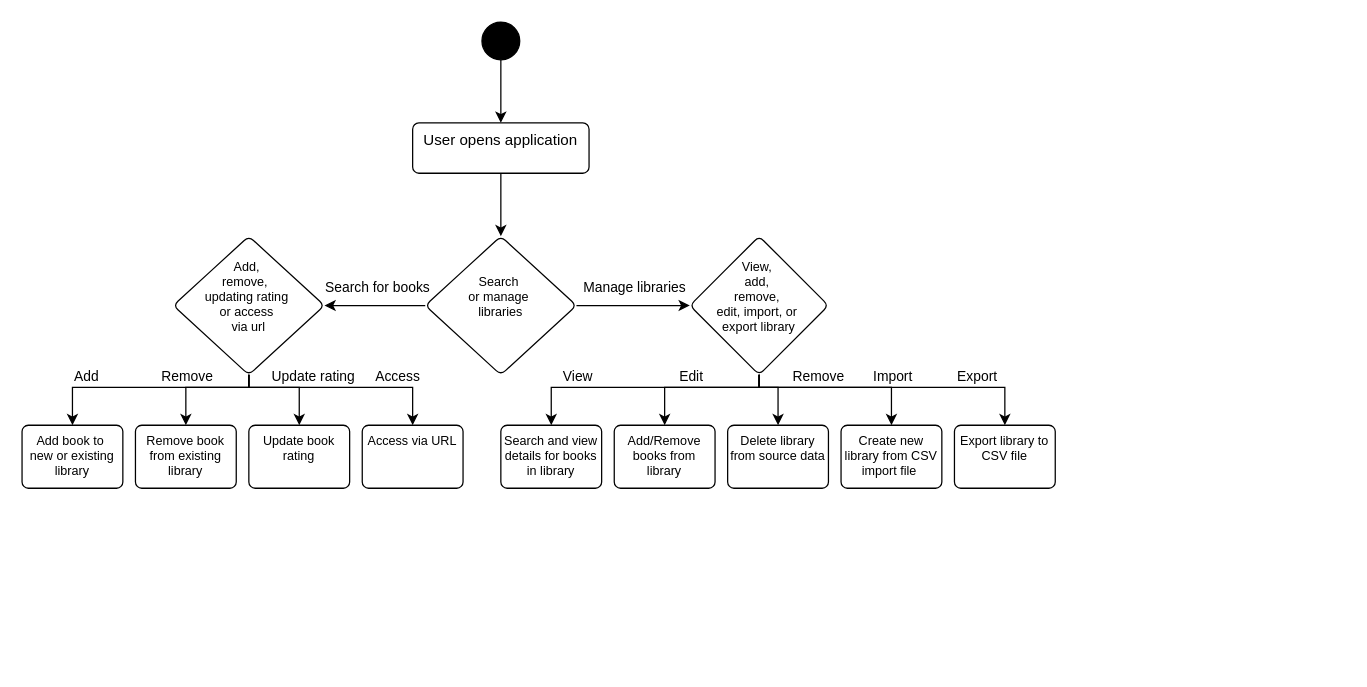
The draw.io diagram documents/ActivityDiagram.drawio in jackeinbinder01/VirtualLibrary, before the edit. Source tidied: cells renumbered, new cells numbered last; positions are measured from the earlier drawing's top-left corner, leaving out a move shared by most shapes. Both pictures are drawn from the tidied source at 126%, with x=0, y=0 at pixel (21, 21).
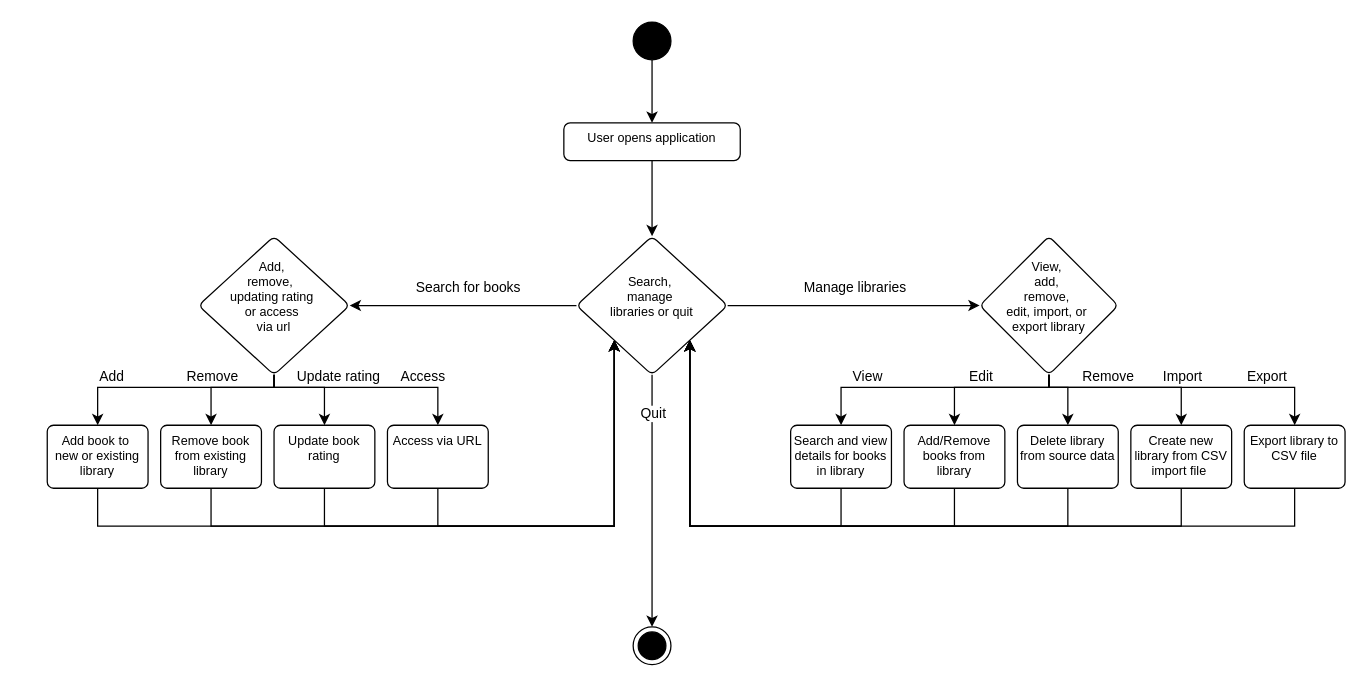
Above is the later version.

Commit message (it also covers changes not shown here):
Activity diagram updated

What changed in the source:
```diff
@@
     <mxCell id="3" style="ellipse;fillColor=strokeColor;html=1;" parent="1" vertex="1">
-      <mxGeometry x="365" width="30" height="30" as="geometry" />
+      <mxGeometry x="485" width="30" height="30" as="geometry" />
     </mxCell>
@@
-    <mxCell id="5" value="User opens application" style="html=1;align=center;verticalAlign=top;rounded=1;absoluteArcSize=1;arcSize=10;dashed=0;whiteSpace=wrap;" parent="1" vertex="1">
-      <mxGeometry x="310" y="80" width="140" height="40" as="geometry" />
+    <mxCell id="5" value="User opens application" style="html=1;align=center;verticalAlign=top;rounded=1;absoluteArcSize=1;arcSize=10;dashed=0;whiteSpace=wrap;fontSize=10;" parent="1" vertex="1">
+      <mxGeometry x="430" y="80" width="140" height="30" as="geometry" />
     </mxCell>
-    <mxCell id="6" style="edgeStyle=orthogonalEdgeStyle;rounded=0;jettySize=auto;html=1;" parent="1" edge="1" source="10" target="22">
+    <mxCell id="6" style="edgeStyle=orthogonalEdgeStyle;rounded=0;jettySize=auto;html=1;exitX=1;exitY=0.5;exitDx=0;exitDy=0;" parent="1" edge="1" source="10" target="22">
       <mxGeometry relative="1" as="geometry" />
     </mxCell>
@@
-    <mxCell id="8" style="edgeStyle=orthogonalEdgeStyle;rounded=0;jettySize=auto;html=1;" parent="1" edge="1" source="10" target="36">
+    <mxCell id="8" style="edgeStyle=orthogonalEdgeStyle;rounded=0;jettySize=auto;html=1;exitX=0;exitY=0.5;exitDx=0;exitDy=0;" parent="1" edge="1" source="10" target="36">
       <mxGeometry relative="1" as="geometry" />
     </mxCell>
@@
+    <mxCell id="41" style="edgeStyle=orthogonalEdgeStyle;rounded=0;jettySize=auto;html=1;" parent="1" edge="1" source="10">
+      <mxGeometry relative="1" as="geometry">
+        <mxPoint x="500" y="480" as="targetPoint" />
+      </mxGeometry>
+    </mxCell>
+    <mxCell id="42" value="Quit" style="edgeLabel;html=1;align=center;verticalAlign=middle;" parent="41" vertex="1">
+      <mxGeometry x="0.43" y="1" relative="1" as="geometry">
+        <mxPoint x="-1" y="-112" as="offset" />
+      </mxGeometry>
+    </mxCell>
-    <mxCell id="10" value="&lt;div style=&quot;font-size: 10px;&quot;&gt;&lt;br style=&quot;font-size: 10px;&quot;&gt;&lt;/div&gt;&lt;div&gt;&lt;br&gt;&lt;/div&gt;&lt;div&gt;&lt;span style=&quot;background-color: initial;&quot;&gt;Search&amp;nbsp;&lt;/span&gt;&lt;br&gt;&lt;/div&gt;&lt;div style=&quot;font-size: 10px;&quot;&gt;or manage&amp;nbsp;&lt;/div&gt;&lt;div style=&quot;font-size: 10px;&quot;&gt;libraries&lt;/div&gt;" style="rhombus;whiteSpace=wrap;html=1;verticalAlign=top;rounded=1;arcSize=10;dashed=0;fontSize=10;" parent="1" vertex="1">
-      <mxGeometry x="320" y="170" width="120" height="110" as="geometry" />
+    <mxCell id="10" value="&lt;div style=&quot;font-size: 10px;&quot;&gt;&lt;br style=&quot;font-size: 10px;&quot;&gt;&lt;/div&gt;&lt;div&gt;&lt;br&gt;&lt;/div&gt;&lt;div&gt;Search,&amp;nbsp;&lt;/div&gt;&lt;div&gt;manage&amp;nbsp;&lt;/div&gt;&lt;div&gt;libraries or quit&lt;/div&gt;" style="rhombus;whiteSpace=wrap;html=1;verticalAlign=top;rounded=1;arcSize=10;dashed=0;fontSize=10;" parent="1" vertex="1">
+      <mxGeometry x="440" y="170" width="120" height="110" as="geometry" />
     </mxCell>
     <mxCell id="11" style="edgeStyle=orthogonalEdgeStyle;rounded=0;orthogonalLoop=1;jettySize=auto;html=1;" parent="1" edge="1">
       <mxGeometry relative="1" as="geometry">
-        <mxPoint x="180" y="255" as="sourcePoint" />
-        <mxPoint x="180" y="270" as="targetPoint" />
+        <mxPoint x="200" y="255" as="sourcePoint" />
+        <mxPoint x="200" y="270" as="targetPoint" />
       </mxGeometry>
     </mxCell>
     <mxCell id="12" style="edgeStyle=orthogonalEdgeStyle;rounded=0;jettySize=auto;html=1;" parent="1" edge="1" source="22" target="23">
       <mxGeometry relative="1" as="geometry">
         <Array as="points">
-          <mxPoint x="585" y="290" />
-          <mxPoint x="420" y="290" />
+          <mxPoint x="815" y="290" />
+          <mxPoint x="650" y="290" />
         </Array>
       </mxGeometry>
     </mxCell>
@@
     <mxCell id="14" style="edgeStyle=orthogonalEdgeStyle;rounded=0;jettySize=auto;html=1;entryX=0.5;entryY=0;entryDx=0;entryDy=0;" parent="1" edge="1" source="22" target="24">
       <mxGeometry relative="1" as="geometry">
         <Array as="points">
-          <mxPoint x="585" y="290" />
-          <mxPoint x="510" y="290" />
+          <mxPoint x="815" y="290" />
+          <mxPoint x="740" y="290" />
         </Array>
       </mxGeometry>
     </mxCell>
@@
     <mxCell id="16" style="edgeStyle=orthogonalEdgeStyle;rounded=0;jettySize=auto;html=1;entryX=0.5;entryY=0;entryDx=0;entryDy=0;" parent="1" edge="1" source="22" target="25">
       <mxGeometry relative="1" as="geometry">
         <Array as="points">
-          <mxPoint x="585" y="290" />
-          <mxPoint x="600" y="290" />
+          <mxPoint x="815" y="290" />
+          <mxPoint x="830" y="290" />
         </Array>
       </mxGeometry>
     </mxCell>
     <mxCell id="17" style="edgeStyle=orthogonalEdgeStyle;rounded=0;jettySize=auto;html=1;entryX=0.5;entryY=0;entryDx=0;entryDy=0;" parent="1" edge="1" source="22" target="26">
       <mxGeometry relative="1" as="geometry">
         <Array as="points">
-          <mxPoint x="585" y="290" />
-          <mxPoint x="690" y="290" />
+          <mxPoint x="815" y="290" />
+          <mxPoint x="920" y="290" />
         </Array>
       </mxGeometry>
     </mxCell>
     <mxCell id="18" style="edgeStyle=orthogonalEdgeStyle;rounded=0;jettySize=auto;html=1;entryX=0.5;entryY=0;entryDx=0;entryDy=0;" parent="1" edge="1" source="22" target="27">
       <mxGeometry relative="1" as="geometry">
         <Array as="points">
-          <mxPoint x="585" y="290" />
-          <mxPoint x="780" y="290" />
+          <mxPoint x="815" y="290" />
+          <mxPoint x="1010" y="290" />
         </Array>
       </mxGeometry>
     </mxCell>
@@
     <mxCell id="22" value="&lt;div&gt;&lt;br&gt;&lt;/div&gt;View,&amp;nbsp;&lt;div&gt;add,&amp;nbsp;&lt;/div&gt;&lt;div&gt;remove,&amp;nbsp;&lt;/div&gt;&lt;div&gt;edit, import, or&amp;nbsp;&lt;/div&gt;&lt;div&gt;export library&lt;/div&gt;" style="rhombus;whiteSpace=wrap;html=1;fontSize=10;verticalAlign=top;rounded=1;arcSize=10;dashed=0;" parent="1" vertex="1">
-      <mxGeometry x="530" y="170" width="110" height="110" as="geometry" />
+      <mxGeometry x="760" y="170" width="110" height="110" as="geometry" />
     </mxCell>
+    <mxCell id="43" style="edgeStyle=orthogonalEdgeStyle;rounded=0;jettySize=auto;html=1;entryX=1;entryY=1;entryDx=0;entryDy=0;" parent="1" edge="1" source="23" target="10">
+      <mxGeometry relative="1" as="geometry">
+        <Array as="points">
+          <mxPoint x="650" y="400" />
+          <mxPoint x="530" y="400" />
+        </Array>
+      </mxGeometry>
+    </mxCell>
     <mxCell id="23" value="Search and view details for books in library" style="whiteSpace=wrap;html=1;fontSize=10;verticalAlign=top;rounded=1;arcSize=10;dashed=0;" parent="1" vertex="1">
-      <mxGeometry x="380" y="320" width="80" height="50" as="geometry" />
+      <mxGeometry x="610" y="320" width="80" height="50" as="geometry" />
     </mxCell>
+    <mxCell id="44" style="edgeStyle=orthogonalEdgeStyle;rounded=0;jettySize=auto;html=1;entryX=1;entryY=1;entryDx=0;entryDy=0;" parent="1" edge="1" source="24" target="10">
+      <mxGeometry relative="1" as="geometry">
+        <Array as="points">
+          <mxPoint x="740" y="400" />
+          <mxPoint x="530" y="400" />
+        </Array>
+      </mxGeometry>
+    </mxCell>
     <mxCell id="24" value="Add/Remove books from library" style="whiteSpace=wrap;html=1;fontSize=10;verticalAlign=top;rounded=1;arcSize=10;dashed=0;" parent="1" vertex="1">
-      <mxGeometry x="470" y="320" width="80" height="50" as="geometry" />
+      <mxGeometry x="700" y="320" width="80" height="50" as="geometry" />
     </mxCell>
+    <mxCell id="45" style="edgeStyle=orthogonalEdgeStyle;rounded=0;jettySize=auto;html=1;entryX=1;entryY=1;entryDx=0;entryDy=0;" parent="1" edge="1" source="25" target="10">
+      <mxGeometry relative="1" as="geometry">
+        <Array as="points">
+          <mxPoint x="830" y="400" />
+          <mxPoint x="530" y="400" />
+        </Array>
+      </mxGeometry>
+    </mxCell>
     <mxCell id="25" value="Delete library from source data" style="whiteSpace=wrap;html=1;fontSize=10;verticalAlign=top;rounded=1;arcSize=10;dashed=0;" parent="1" vertex="1">
-      <mxGeometry x="560" y="320" width="80" height="50" as="geometry" />
+      <mxGeometry x="790" y="320" width="80" height="50" as="geometry" />
     </mxCell>
+    <mxCell id="46" style="edgeStyle=orthogonalEdgeStyle;rounded=0;jettySize=auto;html=1;entryX=1;entryY=1;entryDx=0;entryDy=0;" parent="1" edge="1" source="26" target="10">
+      <mxGeometry relative="1" as="geometry">
+        <Array as="points">
+          <mxPoint x="920" y="400" />
+          <mxPoint x="530" y="400" />
+        </Array>
+      </mxGeometry>
+    </mxCell>
     <mxCell id="26" value="Create new library from CSV import file&amp;nbsp;" style="whiteSpace=wrap;html=1;fontSize=10;verticalAlign=top;rounded=1;arcSize=10;dashed=0;" parent="1" vertex="1">
-      <mxGeometry x="650" y="320" width="80" height="50" as="geometry" />
+      <mxGeometry x="880" y="320" width="80" height="50" as="geometry" />
     </mxCell>
+    <mxCell id="47" style="edgeStyle=orthogonalEdgeStyle;rounded=0;jettySize=auto;html=1;entryX=1;entryY=1;entryDx=0;entryDy=0;" parent="1" edge="1" source="27" target="10">
+      <mxGeometry relative="1" as="geometry">
+        <Array as="points">
+          <mxPoint x="1010" y="400" />
+          <mxPoint x="530" y="400" />
+        </Array>
+      </mxGeometry>
+    </mxCell>
     <mxCell id="27" value="Export library to CSV file" style="whiteSpace=wrap;html=1;fontSize=10;verticalAlign=top;rounded=1;arcSize=10;dashed=0;" parent="1" vertex="1">
-      <mxGeometry x="740" y="320" width="80" height="50" as="geometry" />
+      <mxGeometry x="970" y="320" width="80" height="50" as="geometry" />
     </mxCell>
     <mxCell id="28" style="edgeStyle=orthogonalEdgeStyle;rounded=0;jettySize=auto;html=1;entryX=0.5;entryY=0;entryDx=0;entryDy=0;" parent="1" edge="1" source="36" target="37">
       <mxGeometry relative="1" as="geometry">
         <Array as="points">
-          <mxPoint x="180" y="290" />
-          <mxPoint x="40" y="290" />
+          <mxPoint x="200" y="290" />
+          <mxPoint x="60" y="290" />
         </Array>
       </mxGeometry>
     </mxCell>
@@
     <mxCell id="30" style="edgeStyle=orthogonalEdgeStyle;rounded=0;jettySize=auto;html=1;entryX=0.5;entryY=0;entryDx=0;entryDy=0;" parent="1" edge="1" source="36" target="38">
       <mxGeometry relative="1" as="geometry">
         <Array as="points">
-          <mxPoint x="180" y="290" />
-          <mxPoint x="130" y="290" />
+          <mxPoint x="200" y="290" />
+          <mxPoint x="150" y="290" />
         </Array>
       </mxGeometry>
     </mxCell>
@@
     <mxCell id="32" style="edgeStyle=orthogonalEdgeStyle;rounded=0;jettySize=auto;html=1;entryX=0.5;entryY=0;entryDx=0;entryDy=0;" parent="1" edge="1" source="36" target="39">
       <mxGeometry relative="1" as="geometry">
         <Array as="points">
-          <mxPoint x="180" y="290" />
-          <mxPoint x="220" y="290" />
+          <mxPoint x="200" y="290" />
+          <mxPoint x="240" y="290" />
         </Array>
       </mxGeometry>
     </mxCell>
     <mxCell id="33" style="edgeStyle=orthogonalEdgeStyle;rounded=0;jettySize=auto;html=1;entryX=0.5;entryY=0;entryDx=0;entryDy=0;" parent="1" edge="1" source="36" target="40">
       <mxGeometry relative="1" as="geometry">
         <Array as="points">
-          <mxPoint x="180" y="290" />
-          <mxPoint x="310" y="290" />
+          <mxPoint x="200" y="290" />
+          <mxPoint x="330" y="290" />
         </Array>
       </mxGeometry>
     </mxCell>
@@
     <mxCell id="36" value="&lt;div style=&quot;font-size: 10px;&quot;&gt;&lt;br&gt;&lt;/div&gt;&lt;div style=&quot;font-size: 10px;&quot;&gt;Add,&amp;nbsp;&lt;div&gt;remove,&amp;nbsp;&amp;nbsp;&lt;/div&gt;&lt;div&gt;&lt;span style=&quot;background-color: initial;&quot;&gt;updating rating&amp;nbsp;&lt;/span&gt;&lt;/div&gt;&lt;div&gt;&lt;span style=&quot;background-color: initial;&quot;&gt;or access&amp;nbsp;&lt;/span&gt;&lt;/div&gt;&lt;div&gt;&lt;span style=&quot;background-color: initial;&quot;&gt;via url&lt;/span&gt;&lt;/div&gt;&lt;/div&gt;" style="rhombus;whiteSpace=wrap;html=1;verticalAlign=top;rounded=1;arcSize=10;dashed=0;fontSize=10;" parent="1" vertex="1">
-      <mxGeometry x="120" y="170" width="120" height="110" as="geometry" />
+      <mxGeometry x="140" y="170" width="120" height="110" as="geometry" />
     </mxCell>
+    <mxCell id="48" style="edgeStyle=orthogonalEdgeStyle;rounded=0;jettySize=auto;html=1;entryX=0;entryY=1;entryDx=0;entryDy=0;" parent="1" edge="1" source="37" target="10">
+      <mxGeometry relative="1" as="geometry">
+        <Array as="points">
+          <mxPoint x="60" y="400" />
+          <mxPoint x="470" y="400" />
+        </Array>
+      </mxGeometry>
+    </mxCell>
     <mxCell id="37" value="Add book to&amp;nbsp;&lt;div&gt;new or existing library&lt;/div&gt;" style="whiteSpace=wrap;html=1;fontSize=10;verticalAlign=top;rounded=1;arcSize=10;dashed=0;" parent="1" vertex="1">
-      <mxGeometry y="320" width="80" height="50" as="geometry" />
+      <mxGeometry x="20" y="320" width="80" height="50" as="geometry" />
     </mxCell>
+    <mxCell id="49" style="edgeStyle=orthogonalEdgeStyle;rounded=0;jettySize=auto;html=1;entryX=0;entryY=1;entryDx=0;entryDy=0;" parent="1" edge="1" source="38" target="10">
+      <mxGeometry relative="1" as="geometry">
+        <Array as="points">
+          <mxPoint x="150" y="400" />
+          <mxPoint x="470" y="400" />
+        </Array>
+      </mxGeometry>
+    </mxCell>
     <mxCell id="38" value="Remove book from existing library" style="whiteSpace=wrap;html=1;fontSize=10;verticalAlign=top;rounded=1;arcSize=10;dashed=0;" parent="1" vertex="1">
-      <mxGeometry x="90" y="320" width="80" height="50" as="geometry" />
+      <mxGeometry x="110" y="320" width="80" height="50" as="geometry" />
     </mxCell>
+    <mxCell id="50" style="edgeStyle=orthogonalEdgeStyle;rounded=0;jettySize=auto;html=1;entryX=0;entryY=1;entryDx=0;entryDy=0;exitX=0.5;exitY=1;exitDx=0;exitDy=0;" parent="1" edge="1" source="39" target="10">
+      <mxGeometry relative="1" as="geometry">
+        <Array as="points">
+          <mxPoint x="240" y="400" />
+          <mxPoint x="470" y="400" />
+        </Array>
+      </mxGeometry>
+    </mxCell>
     <mxCell id="39" value="Update book rating" style="whiteSpace=wrap;html=1;fontSize=10;verticalAlign=top;rounded=1;arcSize=10;dashed=0;" parent="1" vertex="1">
-      <mxGeometry x="180" y="320" width="80" height="50" as="geometry" />
+      <mxGeometry x="200" y="320" width="80" height="50" as="geometry" />
     </mxCell>
+    <mxCell id="51" style="edgeStyle=orthogonalEdgeStyle;rounded=0;jettySize=auto;html=1;entryX=0;entryY=1;entryDx=0;entryDy=0;" parent="1" edge="1" source="40" target="10">
+      <mxGeometry relative="1" as="geometry">
+        <Array as="points">
+          <mxPoint x="330" y="400" />
+          <mxPoint x="470" y="400" />
+        </Array>
+      </mxGeometry>
+    </mxCell>
     <mxCell id="40" value="Access via URL" style="whiteSpace=wrap;html=1;fontSize=10;verticalAlign=top;rounded=1;arcSize=10;dashed=0;" parent="1" vertex="1">
-      <mxGeometry x="270" y="320" width="80" height="50" as="geometry" />
+      <mxGeometry x="290" y="320" width="80" height="50" as="geometry" />
     </mxCell>
+    <mxCell id="52" style="ellipse;html=1;shape=endState;fillColor=strokeColor;" parent="1" vertex="1">
+      <mxGeometry x="485" y="480" width="30" height="30" as="geometry" />
+    </mxCell>
```
